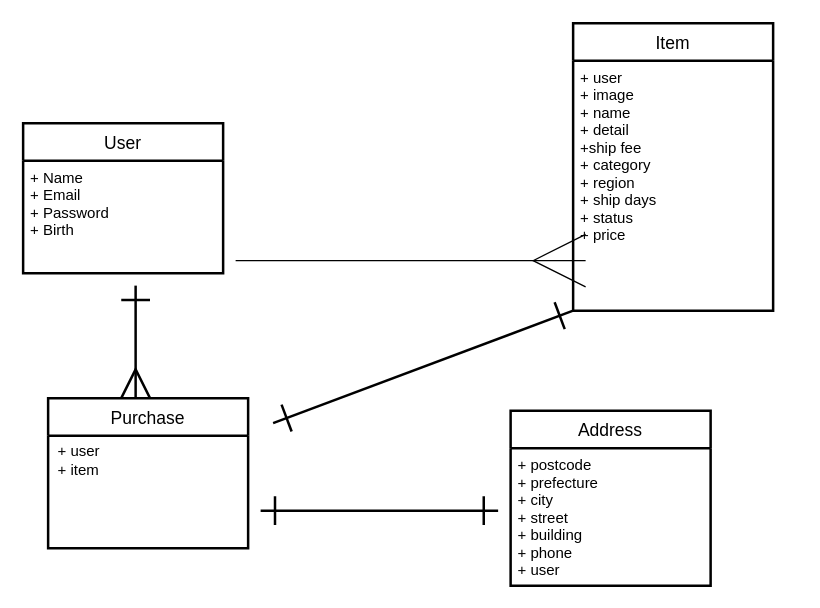
shingooom/furima-39702 keeps this draw.io diagram as app/views/layouts/test.dio. Above is the earlier version. Source tidied: cells renumbered, new cells numbered last; positions are measured from the earlier drawing's top-left corner, leaving out a move shared by most shapes. Both pictures are drawn from the tidied source at 125%, with x=0, y=0 at pixel (22, 22).
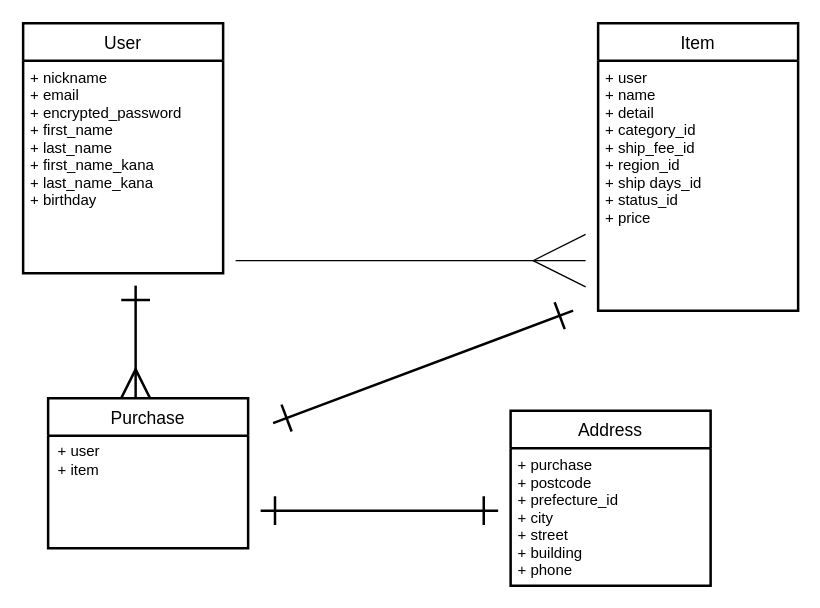
Above is the later version.

Change to the diagram source:
```diff
@@
 <mxGraphModel>
   <root>
     <mxCell id="0" />
     <mxCell id="1" parent="0" />
     <mxCell id="2" value="User" style="swimlane;horizontal=1;startSize=30;rounded=0;fontSize=14;fontStyle=0;strokeWidth=2;shadow=0;dashed=0;align=center;arcSize=0;" parent="1" vertex="1">
-      <mxGeometry y="80" width="160" height="120" as="geometry" />
+      <mxGeometry width="160" height="200" as="geometry" />
     </mxCell>
-    <mxCell id="3" value="+ Name&#10;+ Email&#10;+ Password&#10;+ Birth" style="align=left;strokeColor=none;fillColor=none;spacingLeft=4;fontSize=12;verticalAlign=top;rounded=0;" parent="2" vertex="1">
-      <mxGeometry y="30" width="160" height="90" as="geometry" />
+    <mxCell id="3" value="+ nickname&#10;+ email&#10;+ encrypted_password&#10;+ first_name &#10;+ last_name&#10;+ first_name_kana&#10;+ last_name_kana &#10;+ birthday " style="align=left;strokeColor=none;fillColor=none;spacingLeft=4;fontSize=12;verticalAlign=top;rounded=0;" parent="2" vertex="1">
+      <mxGeometry y="30" width="160" height="170" as="geometry" />
     </mxCell>
     <mxCell id="4" value="Item" style="swimlane;horizontal=1;startSize=30;rounded=0;fontSize=14;fontStyle=0;strokeWidth=2;shadow=0;dashed=0;align=center;" parent="1" vertex="1">
-      <mxGeometry x="440" width="160" height="230" as="geometry" />
+      <mxGeometry x="460" width="160" height="230" as="geometry" />
     </mxCell>
-    <mxCell id="5" value="+ user&#10;+ image &#10;+ name &#10;+ detail&#10;+ship fee &#10;+ category&#10;+ region &#10;+ ship days&#10;+ status &#10;+ price" style="align=left;strokeColor=none;fillColor=none;spacingLeft=4;fontSize=12;verticalAlign=top;rounded=0;" parent="4" vertex="1">
+    <mxCell id="5" value="+ user&#10;+ name &#10;+ detail&#10;+ category_id &#10;+ ship_fee_id&#10;+ region_id  &#10;+ ship days_id&#10;+ status_id&#10;+ price" style="align=left;strokeColor=none;fillColor=none;spacingLeft=4;fontSize=12;verticalAlign=top;rounded=0;" parent="4" vertex="1">
       <mxGeometry y="30" width="160" height="200" as="geometry" />
     </mxCell>
+    <mxCell id="8" style="html=1;startArrow=none;startFill=0;endArrow=ERmany;endFill=0;entryX=0;entryY=0.75;entryDx=0;entryDy=0;endSize=40;startSize=40;sourcePerimeterSpacing=20;targetPerimeterSpacing=20;rounded=0;" parent="1" edge="1">
+      <mxGeometry relative="1" as="geometry">
+        <mxPoint x="170" y="190" as="sourcePoint" />
+        <mxPoint x="450" y="190" as="targetPoint" />
+      </mxGeometry>
+    </mxCell>
     <mxCell id="6" value="Purchase" style="swimlane;horizontal=1;startSize=30;rounded=0;fontSize=14;fontStyle=0;strokeWidth=2;shadow=0;dashed=0;align=center;arcSize=0;" parent="1" vertex="1">
       <mxGeometry x="20" y="300" width="160" height="120" as="geometry" />
     </mxCell>
-    <mxCell id="7" value="&lt;div style=&quot;text-align: left;&quot;&gt;&lt;span style=&quot;background-color: initial;&quot;&gt;+ user&amp;nbsp;&lt;/span&gt;&lt;/div&gt;&lt;div style=&quot;text-align: left;&quot;&gt;&lt;span style=&quot;background-color: initial;&quot;&gt;+ item　&lt;/span&gt;&lt;/div&gt;" style="text;html=1;align=center;verticalAlign=middle;strokeColor=none;fillColor=none;" parent="1" vertex="1">
-      <mxGeometry x="15" y="330" width="70" height="40" as="geometry" />
-    </mxCell>
-    <mxCell id="8" style="html=1;startArrow=none;startFill=0;endArrow=ERmany;endFill=0;entryX=0;entryY=0.75;entryDx=0;entryDy=0;endSize=40;startSize=40;sourcePerimeterSpacing=20;targetPerimeterSpacing=20;rounded=0;" parent="1" edge="1">
-      <mxGeometry relative="1" as="geometry">
-        <mxPoint x="170" y="190" as="sourcePoint" />
-        <mxPoint x="450" y="190" as="targetPoint" />
-      </mxGeometry>
-    </mxCell>
     <mxCell id="9" value="Address" style="swimlane;horizontal=1;startSize=30;rounded=0;fontSize=14;fontStyle=0;strokeWidth=2;shadow=0;dashed=0;align=center;arcSize=0;" parent="1" vertex="1">
       <mxGeometry x="390" y="310" width="160" height="140" as="geometry" />
     </mxCell>
-    <mxCell id="10" value="+ postcode&#10;+ prefecture&#10;+ city&#10;+ street&#10;+ building&#10;+ phone&#10;+ user" style="align=left;strokeColor=none;fillColor=none;spacingLeft=4;fontSize=12;verticalAlign=top;rounded=0;" parent="9" vertex="1">
+    <mxCell id="10" value="+ purchase&#10;+ postcode&#10;+ prefecture_id&#10;+ city&#10;+ street&#10;+ building&#10;+ phone&#10;" style="align=left;strokeColor=none;fillColor=none;spacingLeft=4;fontSize=12;verticalAlign=top;rounded=0;" parent="9" vertex="1">
       <mxGeometry y="30" width="160" height="110" as="geometry" />
     </mxCell>
+    <mxCell id="7" value="&lt;div style=&quot;text-align: left;&quot;&gt;&lt;span style=&quot;background-color: initial;&quot;&gt;+ user&amp;nbsp;&lt;/span&gt;&lt;/div&gt;&lt;div style=&quot;text-align: left;&quot;&gt;&lt;span style=&quot;background-color: initial;&quot;&gt;+ item　&lt;/span&gt;&lt;/div&gt;" style="text;html=1;align=center;verticalAlign=middle;strokeColor=none;fillColor=none;" parent="1" vertex="1">
+      <mxGeometry x="15" y="330" width="70" height="40" as="geometry" />
+    </mxCell>
     <mxCell id="11" style="edgeStyle=none;html=1;startArrow=ERone;startFill=0;strokeWidth=2;endArrow=ERone;endFill=0;endSize=20;startSize=20;" parent="1" edge="1">
       <mxGeometry relative="1" as="geometry">
         <mxPoint x="380" y="390" as="sourcePoint" />
         <mxPoint x="190" y="390" as="targetPoint" />
         <Array as="points">
           <mxPoint x="310" y="390" />
         </Array>
       </mxGeometry>
     </mxCell>
     <mxCell id="12" style="edgeStyle=none;html=1;strokeWidth=2;startArrow=ERone;startFill=0;endArrow=ERone;endFill=0;endSize=20;startSize=20;" parent="1" edge="1">
       <mxGeometry relative="1" as="geometry">
         <mxPoint x="440" y="230" as="sourcePoint" />
         <mxPoint x="200" y="320" as="targetPoint" />
       </mxGeometry>
     </mxCell>
     <mxCell id="13" style="edgeStyle=none;html=1;exitX=0.5;exitY=1;exitDx=0;exitDy=0;strokeWidth=2;startArrow=ERone;startFill=0;endArrow=ERmany;endFill=0;endSize=20;startSize=20;" parent="1" edge="1">
       <mxGeometry relative="1" as="geometry">
         <mxPoint x="90" y="210" as="sourcePoint" />
         <mxPoint x="90" y="300" as="targetPoint" />
         <Array as="points">
           <mxPoint x="90" y="290" />
         </Array>
       </mxGeometry>
     </mxCell>
   </root>
 </mxGraphModel>
```
